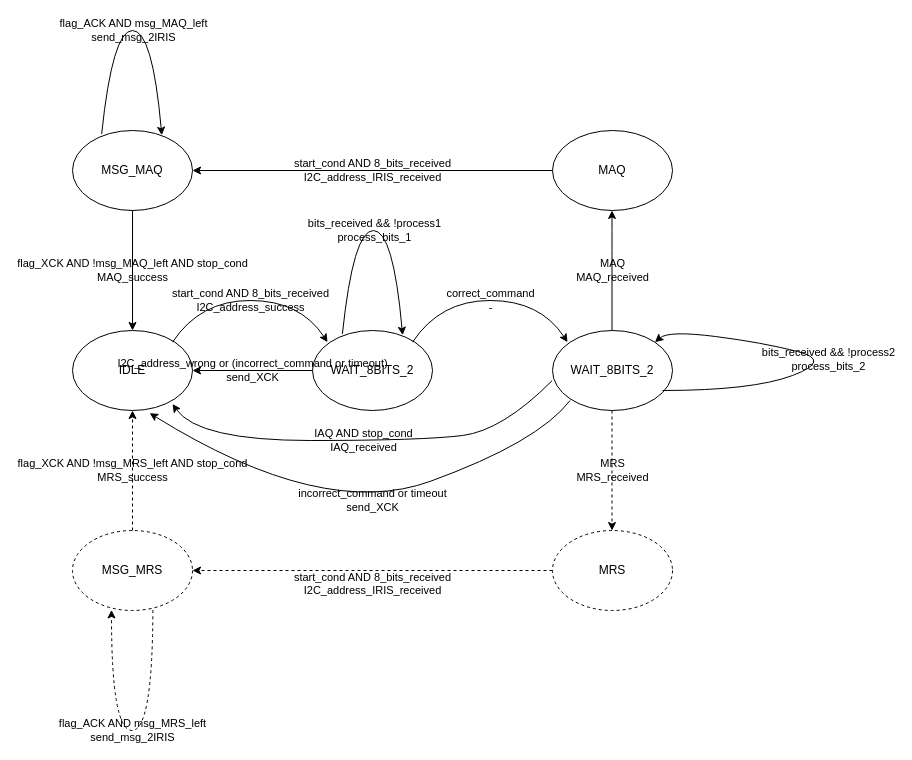
Above: visuals/sensor.drawio in oscarlpujol/ProyectoFinal (draw.io), before the change. Source tidied: cells renumbered, new cells numbered last; positions are measured from the earlier drawing's top-left corner, leaving out a move shared by most shapes. Both pictures are drawn from the tidied source at 100%, with x=0, y=0 at pixel (72, 30).
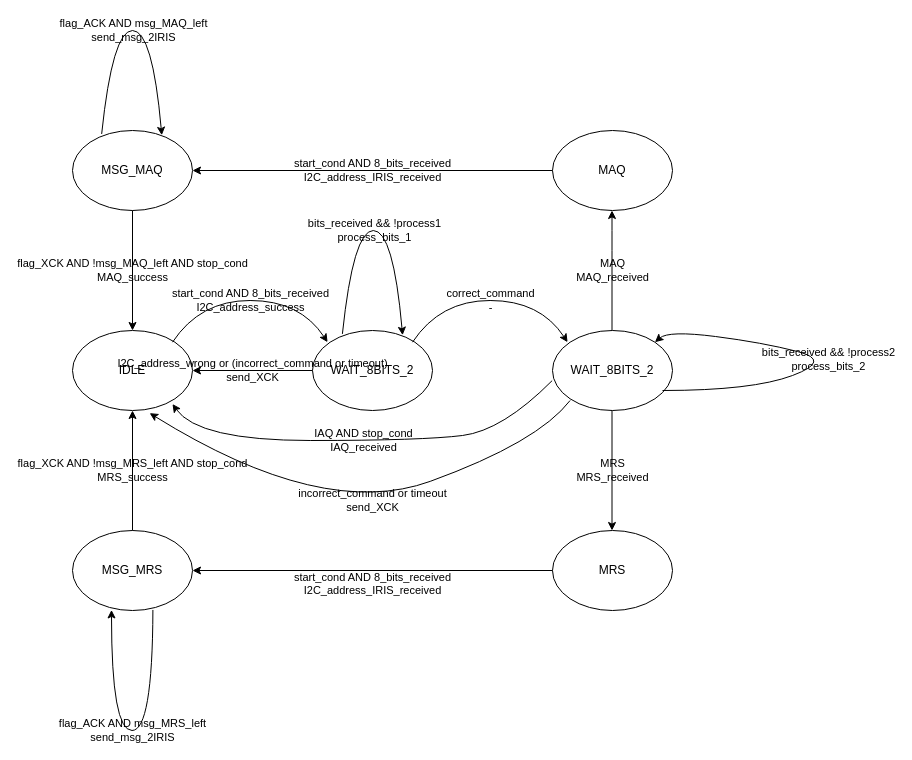
The same page after the edit.

The change refers to these unchanged cells:
```xml
<mxCell id="2" value="IDLE" style="ellipse;whiteSpace=wrap;html=1;" parent="1" vertex="1">
  <mxGeometry y="300" width="120" height="80" as="geometry" />
</mxCell>
```

Change to the diagram source:
```diff
@@
-    <mxCell id="5" value="MRS" style="ellipse;whiteSpace=wrap;html=1;dashed=1;" parent="1" vertex="1">
+    <mxCell id="5" value="MRS" style="ellipse;whiteSpace=wrap;html=1;" parent="1" vertex="1">
       <mxGeometry x="480" y="500" width="120" height="80" as="geometry" />
     </mxCell>
@@
-    <mxCell id="9" value="MSG_MRS" style="ellipse;whiteSpace=wrap;html=1;dashed=1;" parent="1" vertex="1">
+    <mxCell id="9" value="MSG_MRS" style="ellipse;whiteSpace=wrap;html=1;" parent="1" vertex="1">
       <mxGeometry y="500" width="120" height="80" as="geometry" />
     </mxCell>
@@
-    <mxCell id="11" value="&lt;span style=&quot;font-family: &amp;#34;helvetica&amp;#34; ; font-size: 11px ; font-style: normal ; font-weight: 400 ; letter-spacing: normal ; text-align: center ; text-indent: 0px ; text-transform: none ; word-spacing: 0px ; float: none ; display: inline&quot;&gt;flag_XCK AND !msg_MRS_left AND stop_cond&lt;/span&gt;&lt;br style=&quot;font-family: &amp;#34;helvetica&amp;#34; ; font-size: 11px ; font-style: normal ; font-weight: 400 ; letter-spacing: normal ; text-align: center ; text-indent: 0px ; text-transform: none ; word-spacing: 0px&quot;&gt;&lt;span style=&quot;font-family: &amp;#34;helvetica&amp;#34; ; font-size: 11px ; font-style: normal ; font-weight: 400 ; letter-spacing: normal ; text-align: center ; text-indent: 0px ; text-transform: none ; word-spacing: 0px ; float: none ; display: inline&quot;&gt;MRS_success&lt;/span&gt;" style="endArrow=classic;html=1;exitX=0.5;exitY=0;exitDx=0;exitDy=0;entryX=0.5;entryY=1;entryDx=0;entryDy=0;labelBackgroundColor=none;dashed=1;" parent="1" edge="1" source="9" target="2">
+    <mxCell id="11" value="&lt;span style=&quot;font-family: &amp;#34;helvetica&amp;#34; ; font-size: 11px ; font-style: normal ; font-weight: 400 ; letter-spacing: normal ; text-align: center ; text-indent: 0px ; text-transform: none ; word-spacing: 0px ; float: none ; display: inline&quot;&gt;flag_XCK AND !msg_MRS_left AND stop_cond&lt;/span&gt;&lt;br style=&quot;font-family: &amp;#34;helvetica&amp;#34; ; font-size: 11px ; font-style: normal ; font-weight: 400 ; letter-spacing: normal ; text-align: center ; text-indent: 0px ; text-transform: none ; word-spacing: 0px&quot;&gt;&lt;span style=&quot;font-family: &amp;#34;helvetica&amp;#34; ; font-size: 11px ; font-style: normal ; font-weight: 400 ; letter-spacing: normal ; text-align: center ; text-indent: 0px ; text-transform: none ; word-spacing: 0px ; float: none ; display: inline&quot;&gt;MRS_success&lt;/span&gt;" style="endArrow=classic;html=1;exitX=0.5;exitY=0;exitDx=0;exitDy=0;entryX=0.5;entryY=1;entryDx=0;entryDy=0;labelBackgroundColor=none;" parent="1" edge="1" source="9" target="2">
       <mxGeometry relative="1" as="geometry" />
     </mxCell>
@@
-    <mxCell id="13" value="&lt;span style=&quot;font-family: &amp;#34;helvetica&amp;#34; ; font-size: 11px ; font-style: normal ; font-weight: 400 ; letter-spacing: normal ; text-align: center ; text-indent: 0px ; text-transform: none ; word-spacing: 0px ; float: none ; display: inline&quot;&gt;flag_ACK AND&amp;nbsp;&lt;/span&gt;msg_MRS_left&lt;br style=&quot;font-family: &amp;#34;helvetica&amp;#34; ; font-size: 11px ; font-style: normal ; font-weight: 400 ; letter-spacing: normal ; text-align: center ; text-indent: 0px ; text-transform: none ; word-spacing: 0px&quot;&gt;&lt;span style=&quot;font-family: &amp;#34;helvetica&amp;#34; ; font-size: 11px ; font-style: normal ; font-weight: 400 ; letter-spacing: normal ; text-align: center ; text-indent: 0px ; text-transform: none ; word-spacing: 0px ; float: none ; display: inline&quot;&gt;send_msg_2IRIS&lt;/span&gt;" style="curved=1;endArrow=classic;html=1;entryX=0.325;entryY=0.993;entryDx=0;entryDy=0;entryPerimeter=0;exitX=0.67;exitY=0.993;exitDx=0;exitDy=0;exitPerimeter=0;labelBackgroundColor=none;dashed=1;" parent="1" edge="1" source="9" target="9">
+    <mxCell id="13" value="&lt;span style=&quot;font-family: &amp;#34;helvetica&amp;#34; ; font-size: 11px ; font-style: normal ; font-weight: 400 ; letter-spacing: normal ; text-align: center ; text-indent: 0px ; text-transform: none ; word-spacing: 0px ; float: none ; display: inline&quot;&gt;flag_ACK AND&amp;nbsp;&lt;/span&gt;msg_MRS_left&lt;br style=&quot;font-family: &amp;#34;helvetica&amp;#34; ; font-size: 11px ; font-style: normal ; font-weight: 400 ; letter-spacing: normal ; text-align: center ; text-indent: 0px ; text-transform: none ; word-spacing: 0px&quot;&gt;&lt;span style=&quot;font-family: &amp;#34;helvetica&amp;#34; ; font-size: 11px ; font-style: normal ; font-weight: 400 ; letter-spacing: normal ; text-align: center ; text-indent: 0px ; text-transform: none ; word-spacing: 0px ; float: none ; display: inline&quot;&gt;send_msg_2IRIS&lt;/span&gt;" style="curved=1;endArrow=classic;html=1;entryX=0.325;entryY=0.993;entryDx=0;entryDy=0;entryPerimeter=0;exitX=0.67;exitY=0.993;exitDx=0;exitDy=0;exitPerimeter=0;labelBackgroundColor=none;" parent="1" edge="1" source="9" target="9">
       <mxGeometry relative="1" as="geometry">
         <Array as="points">
           <mxPoint x="80" y="700" />
           <mxPoint x="39" y="700" />
         </Array>
       </mxGeometry>
     </mxCell>
@@
-    <mxCell id="15" value="&lt;br&gt;&lt;br&gt;&lt;span style=&quot;font-family: &amp;#34;helvetica&amp;#34; ; font-size: 11px ; font-style: normal ; font-weight: 400 ; letter-spacing: normal ; text-align: center ; text-indent: 0px ; text-transform: none ; word-spacing: 0px ; float: none ; display: inline&quot;&gt;start_cond AND&amp;nbsp;&lt;/span&gt;8_bits_received&lt;br style=&quot;font-family: &amp;#34;helvetica&amp;#34; ; font-size: 11px ; font-style: normal ; font-weight: 400 ; letter-spacing: normal ; text-align: center ; text-indent: 0px ; text-transform: none ; word-spacing: 0px&quot;&gt;&lt;span style=&quot;font-family: &amp;#34;helvetica&amp;#34; ; font-size: 11px ; font-style: normal ; font-weight: 400 ; letter-spacing: normal ; text-align: center ; text-indent: 0px ; text-transform: none ; word-spacing: 0px ; float: none ; display: inline&quot;&gt;I2C_address_IRIS_received&lt;/span&gt;&lt;br&gt;" style="endArrow=classic;html=1;exitX=0;exitY=0.5;exitDx=0;exitDy=0;entryX=1;entryY=0.5;entryDx=0;entryDy=0;labelBackgroundColor=none;dashed=1;" parent="1" edge="1" source="5" target="9">
+    <mxCell id="15" value="&lt;br&gt;&lt;br&gt;&lt;span style=&quot;font-family: &amp;#34;helvetica&amp;#34; ; font-size: 11px ; font-style: normal ; font-weight: 400 ; letter-spacing: normal ; text-align: center ; text-indent: 0px ; text-transform: none ; word-spacing: 0px ; float: none ; display: inline&quot;&gt;start_cond AND&amp;nbsp;&lt;/span&gt;8_bits_received&lt;br style=&quot;font-family: &amp;#34;helvetica&amp;#34; ; font-size: 11px ; font-style: normal ; font-weight: 400 ; letter-spacing: normal ; text-align: center ; text-indent: 0px ; text-transform: none ; word-spacing: 0px&quot;&gt;&lt;span style=&quot;font-family: &amp;#34;helvetica&amp;#34; ; font-size: 11px ; font-style: normal ; font-weight: 400 ; letter-spacing: normal ; text-align: center ; text-indent: 0px ; text-transform: none ; word-spacing: 0px ; float: none ; display: inline&quot;&gt;I2C_address_IRIS_received&lt;/span&gt;&lt;br&gt;" style="endArrow=classic;html=1;exitX=0;exitY=0.5;exitDx=0;exitDy=0;entryX=1;entryY=0.5;entryDx=0;entryDy=0;labelBackgroundColor=none;" parent="1" edge="1" source="5" target="9">
       <mxGeometry relative="1" as="geometry" />
     </mxCell>
@@
-    <mxCell id="19" value="MRS&lt;br&gt;MRS_received" style="endArrow=classic;html=1;exitX=0.5;exitY=1;exitDx=0;exitDy=0;entryX=0.5;entryY=0;entryDx=0;entryDy=0;labelBackgroundColor=none;dashed=1;" parent="1" edge="1">
+    <mxCell id="19" value="MRS&lt;br&gt;MRS_received" style="endArrow=classic;html=1;exitX=0.5;exitY=1;exitDx=0;exitDy=0;entryX=0.5;entryY=0;entryDx=0;entryDy=0;labelBackgroundColor=none;" parent="1" edge="1">
       <mxGeometry relative="1" as="geometry">
         <mxPoint x="539.5" y="380" as="sourcePoint" />
         <mxPoint x="539.5" y="500" as="targetPoint" />
       </mxGeometry>
     </mxCell>
```
